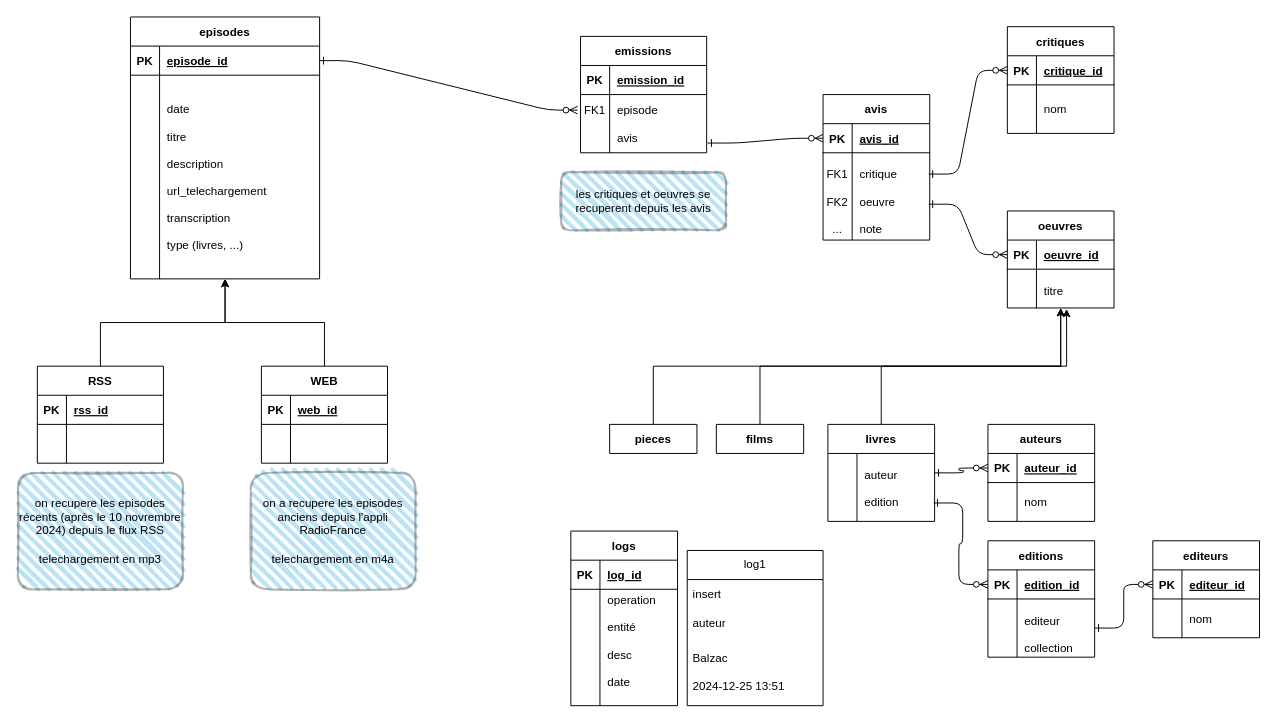
castorfou/lmelp keeps this draw.io diagram as db/lmelp.drawio. Above is the earlier version. Source tidied: cells renumbered, new cells numbered last; positions are measured from the earlier drawing's top-left corner, leaving out a move shared by most shapes. Both pictures are drawn from the tidied source at 97%, with x=0, y=0 at pixel (17, 16).
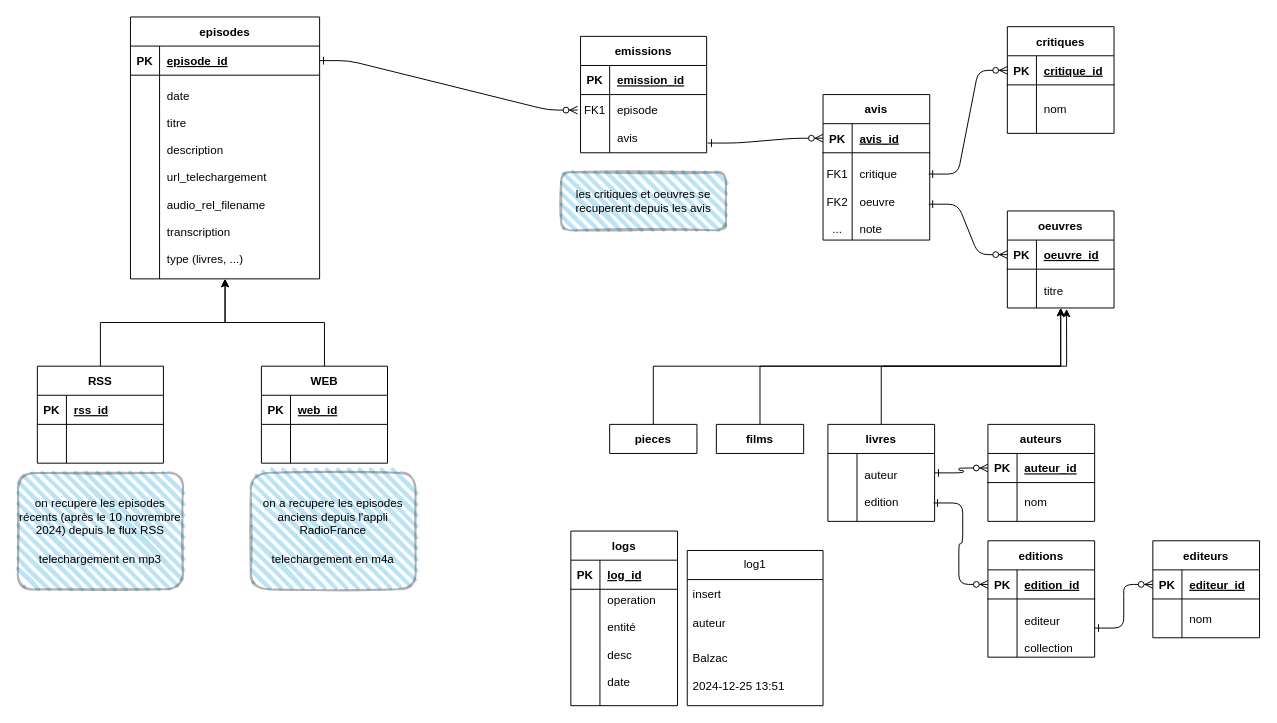
The same page after the edit.

Commit message:
ajout audio rel filename

Unchanged cells that the change refers to:
```xml
<mxCell id="82" style="shape=partialRectangle;fillColor=none;points=[[0,0.5],[1,0.5]];portConstraint=eastwest;top=0;left=0;right=0;bottom=0;" parent="78" vertex="1">
  <mxGeometry y="60" width="195" height="210" as="geometry" />
</mxCell>
```

What changed in the source:
```diff
@@
-    <mxCell id="84" value="date&#10;&#10;titre&#10;&#10;description&#10;&#10;url_telechargement&#10;&#10;transcription&#10;&#10;type (livres, ...)" style="shape=partialRectangle;overflow=hidden;fillColor=none;top=0;left=0;bottom=0;right=0;align=left;spacingLeft=6;" parent="82" vertex="1">
+    <mxCell id="84" value="date&#10;&#10;titre&#10;&#10;description&#10;&#10;url_telechargement&#10;&#10;audio_rel_filename&#10;&#10;transcription&#10;&#10;type (livres, ...)" style="shape=partialRectangle;overflow=hidden;fillColor=none;top=0;left=0;bottom=0;right=0;align=left;spacingLeft=6;" parent="82" vertex="1">
       <mxGeometry x="30" width="165" height="210" as="geometry" />
     </mxCell>
```
